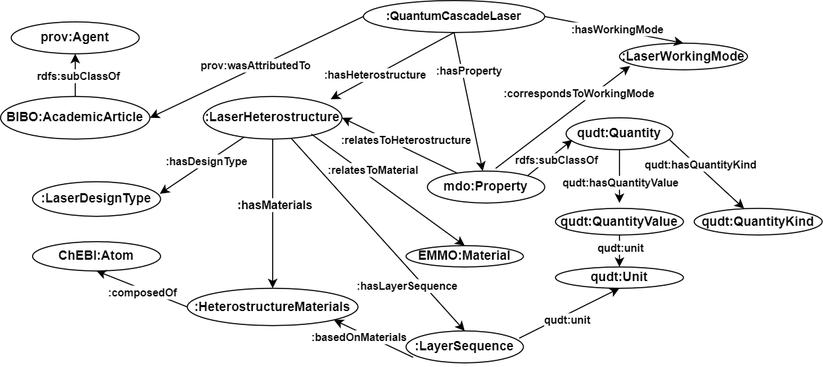
Above: Figures/ontology_v1.png in DeperiasKerre/qcl_Onto (draw.io), before the change. Source tidied: cells renumbered, new cells last; positions are measured from the earlier drawing's top-left corner, leaving out a move shared by most shapes.
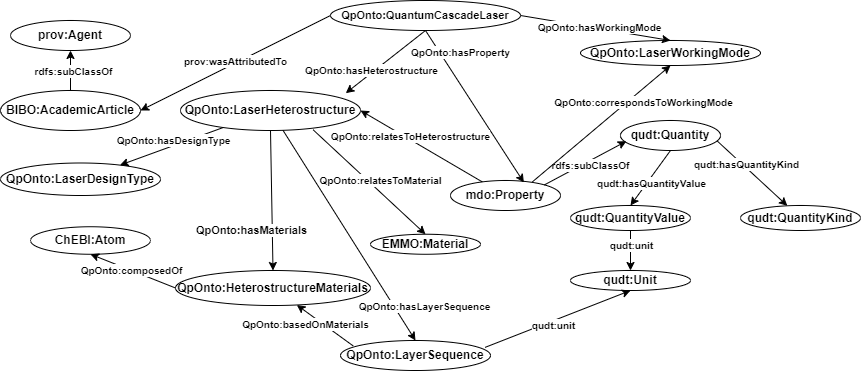
Later version of the same file.

Change to the diagram source:
```diff
@@ -6,17 +6,17 @@
       <mxGeometry x="10" y="20" width="120" height="30" as="geometry" />
     </mxCell>
     <mxCell id="3" value="&lt;b&gt;&lt;font style=&quot;font-size: 12px;&quot;&gt;qudt:Quantity&lt;/font&gt;&lt;/b&gt;" style="ellipse;whiteSpace=wrap;html=1;" parent="1" vertex="1">
-      <mxGeometry x="530" y="110" width="100" height="30" as="geometry" />
+      <mxGeometry x="620" y="120" width="100" height="30" as="geometry" />
     </mxCell>
     <mxCell id="4" value="&lt;b&gt;mdo:Property&lt;/b&gt;" style="ellipse;whiteSpace=wrap;html=1;" parent="1" vertex="1">
-      <mxGeometry x="400" y="160" width="110" height="30" as="geometry" />
+      <mxGeometry x="450" y="180" width="110" height="30" as="geometry" />
     </mxCell>
-    <mxCell id="5" style="endArrow=classic;html=1;rounded=0;exitX=0.5;exitY=1;exitDx=0;exitDy=0;" parent="1" edge="1" source="48" target="4">
+    <mxCell id="5" style="endArrow=classic;html=1;rounded=0;exitX=0.5;exitY=1;exitDx=0;exitDy=0;entryX=0.667;entryY=0.067;entryDx=0;entryDy=0;entryPerimeter=0;" parent="1" edge="1" source="48" target="4">
       <mxGeometry relative="1" as="geometry" />
     </mxCell>
-    <mxCell id="6" value="&lt;font style=&quot;font-size: 10px;&quot;&gt;&lt;b&gt;:hasProperty&lt;/b&gt;&lt;/font&gt;" style="edgeLabel;html=1;align=center;verticalAlign=middle;" parent="5" vertex="1">
+    <mxCell id="6" value="&lt;font style=&quot;font-size: 10px;&quot;&gt;&lt;b&gt;QpOnto:hasProperty&lt;/b&gt;&lt;/font&gt;" style="edgeLabel;html=1;align=center;verticalAlign=middle;" parent="5" vertex="1">
       <mxGeometry x="-0.01" y="-1" relative="1" as="geometry">
-        <mxPoint x="1" y="-29" as="offset" />
+        <mxPoint x="-14" y="-55" as="offset" />
       </mxGeometry>
     </mxCell>
     <mxCell id="7" style="endArrow=classic;html=1;rounded=0;entryX=0.059;entryY=0.69;entryDx=0;entryDy=0;entryPerimeter=0;exitX=1;exitY=0;exitDx=0;exitDy=0;" parent="1" edge="1" source="4" target="3">
@@ -28,18 +28,16 @@
       </mxGeometry>
     </mxCell>
     <mxCell id="9" value="&lt;b&gt;qudt:QuantityKind&lt;/b&gt;" style="ellipse;whiteSpace=wrap;html=1;" parent="1" vertex="1">
-      <mxGeometry x="650" y="195" width="120" height="25" as="geometry" />
+      <mxGeometry x="740" y="205" width="120" height="25" as="geometry" />
     </mxCell>
     <mxCell id="10" value="&lt;b&gt;qudt:QuantityValue&lt;/b&gt;" style="ellipse;whiteSpace=wrap;html=1;" parent="1" vertex="1">
-      <mxGeometry x="520" y="195" width="120" height="25" as="geometry" />
+      <mxGeometry x="570" y="205" width="120" height="25" as="geometry" />
     </mxCell>
     <mxCell id="11" value="&lt;b&gt;qudt:Unit&lt;/b&gt;" style="ellipse;whiteSpace=wrap;html=1;" parent="1" vertex="1">
-      <mxGeometry x="520" y="250" width="120" height="20" as="geometry" />
+      <mxGeometry x="570" y="270" width="120" height="20" as="geometry" />
     </mxCell>
-    <mxCell id="12" style="endArrow=classic;html=1;rounded=0;exitX=0.5;exitY=1;exitDx=0;exitDy=0;" parent="1" edge="1" source="3">
-      <mxGeometry relative="1" as="geometry">
-        <mxPoint x="580" y="190" as="targetPoint" />
-      </mxGeometry>
+    <mxCell id="12" style="endArrow=classic;html=1;rounded=0;exitX=0.5;exitY=1;exitDx=0;exitDy=0;entryX=0.5;entryY=0;entryDx=0;entryDy=0;" parent="1" edge="1" source="3" target="10">
+      <mxGeometry relative="1" as="geometry" />
     </mxCell>
     <mxCell id="13" value="&lt;font style=&quot;font-size: 10px;&quot;&gt;&lt;b&gt;qudt:hasQuantityValue&lt;/b&gt;&lt;/font&gt;" style="edgeLabel;html=1;align=center;verticalAlign=middle;" parent="12" vertex="1">
       <mxGeometry x="-0.04" relative="1" as="geometry">
@@ -67,27 +65,27 @@
     <mxCell id="20" value="&lt;font style=&quot;font-size: 10px;&quot;&gt;&lt;b&gt;rdfs:subClassOf&lt;/b&gt;&lt;/font&gt;" style="edgeLabel;html=1;align=center;verticalAlign=middle;" parent="19" vertex="1">
       <mxGeometry x="-0.02" y="-2" relative="1" as="geometry" />
     </mxCell>
-    <mxCell id="21" value="&lt;b&gt;:LaserHeterostructure&lt;/b&gt;" style="ellipse;whiteSpace=wrap;html=1;" parent="1" vertex="1">
-      <mxGeometry x="190" y="90" width="130" height="40" as="geometry" />
+    <mxCell id="21" value="&lt;b&gt;QpOnto:LaserHeterostructure&lt;/b&gt;" style="ellipse;whiteSpace=wrap;html=1;" parent="1" vertex="1">
+      <mxGeometry x="180" y="90" width="180" height="40" as="geometry" />
     </mxCell>
-    <mxCell id="22" value="&lt;b&gt;:LaserWorkingMode&lt;/b&gt;" style="ellipse;whiteSpace=wrap;html=1;" parent="1" vertex="1">
-      <mxGeometry x="580" y="40" width="120" height="25" as="geometry" />
+    <mxCell id="22" value="&lt;b&gt;QpOnto:LaserWorkingMode&lt;/b&gt;" style="ellipse;whiteSpace=wrap;html=1;" parent="1" vertex="1">
+      <mxGeometry x="580" y="40" width="180" height="25" as="geometry" />
     </mxCell>
     <mxCell id="23" style="endArrow=classic;html=1;rounded=0;exitX=1;exitY=0.5;exitDx=0;exitDy=0;entryX=0.5;entryY=0;entryDx=0;entryDy=0;" parent="1" edge="1" source="48" target="22">
       <mxGeometry relative="1" as="geometry" />
     </mxCell>
-    <mxCell id="24" value="&lt;font style=&quot;font-size: 10px;&quot;&gt;&lt;b style=&quot;&quot;&gt;:hasWorkingMode&lt;/b&gt;&lt;/font&gt;" style="edgeLabel;html=1;align=center;verticalAlign=middle;" parent="23" vertex="1">
+    <mxCell id="24" value="&lt;font style=&quot;font-size: 10px;&quot;&gt;&lt;b style=&quot;&quot;&gt;QpOnto:hasWorkingMode&lt;/b&gt;&lt;/font&gt;" style="edgeLabel;html=1;align=center;verticalAlign=middle;" parent="23" vertex="1">
       <mxGeometry x="0.03" y="1" relative="1" as="geometry">
         <mxPoint x="1" as="offset" />
       </mxGeometry>
     </mxCell>
-    <mxCell id="25" value="&lt;b&gt;:LaserDesignType&lt;/b&gt;" style="ellipse;whiteSpace=wrap;html=1;" parent="1" vertex="1">
-      <mxGeometry x="30" y="170" width="120" height="32.5" as="geometry" />
+    <mxCell id="25" value="&lt;b&gt;QpOnto:LaserDesignType&lt;/b&gt;" style="ellipse;whiteSpace=wrap;html=1;" parent="1" vertex="1">
+      <mxGeometry y="162.5" width="160" height="32.5" as="geometry" />
     </mxCell>
-    <mxCell id="26" style="endArrow=classic;html=1;rounded=0;entryX=0.994;entryY=0.35;entryDx=0;entryDy=0;entryPerimeter=0;" parent="1" edge="1" source="21" target="25">
+    <mxCell id="26" style="endArrow=classic;html=1;rounded=0;" parent="1" edge="1" source="21" target="25">
       <mxGeometry relative="1" as="geometry" />
     </mxCell>
-    <mxCell id="27" value="&lt;font style=&quot;font-size: 10px;&quot;&gt;&lt;b&gt;:hasDesignType&lt;/b&gt;&lt;/font&gt;" style="edgeLabel;html=1;align=center;verticalAlign=middle;" parent="26" vertex="1">
+    <mxCell id="27" value="&lt;font style=&quot;font-size: 10px;&quot;&gt;&lt;b&gt;QpOnto:hasDesignType&lt;/b&gt;&lt;/font&gt;" style="edgeLabel;html=1;align=center;verticalAlign=middle;" parent="26" vertex="1">
       <mxGeometry x="0.23" y="1" relative="1" as="geometry">
         <mxPoint x="12" y="-11" as="offset" />
       </mxGeometry>
@@ -95,9 +93,9 @@
     <mxCell id="28" style="endArrow=classic;html=1;rounded=0;entryX=1;entryY=0.5;entryDx=0;entryDy=0;" parent="1" edge="1" source="4" target="21">
       <mxGeometry relative="1" as="geometry" />
     </mxCell>
-    <mxCell id="29" value="&lt;font style=&quot;font-size: 10px;&quot;&gt;&lt;b&gt;:relatesToHeterostructure&lt;/b&gt;&lt;/font&gt;" style="edgeLabel;html=1;align=center;verticalAlign=middle;" parent="28" vertex="1">
+    <mxCell id="29" value="&lt;font style=&quot;font-size: 10px;&quot;&gt;&lt;b&gt;QpOnto:relatesToHeterostructure&lt;/b&gt;&lt;/font&gt;" style="edgeLabel;html=1;align=center;verticalAlign=middle;" parent="28" vertex="1">
       <mxGeometry x="-0.14" y="1" relative="1" as="geometry">
-        <mxPoint x="-1" y="-10" as="offset" />
+        <mxPoint x="-19" y="-16" as="offset" />
       </mxGeometry>
     </mxCell>
     <mxCell id="30" style="endArrow=classic;html=1;rounded=0;entryX=1;entryY=0.5;entryDx=0;entryDy=0;exitX=0;exitY=0.5;exitDx=0;exitDy=0;" parent="1" edge="1" source="48" target="18">
@@ -107,33 +105,33 @@
       <mxGeometry y="-2" relative="1" as="geometry" />
     </mxCell>
     <mxCell id="32" value="&lt;b&gt;EMMO:Material&lt;/b&gt;" style="ellipse;whiteSpace=wrap;html=1;" parent="1" vertex="1">
-      <mxGeometry x="380" y="230" width="110" height="20" as="geometry" />
+      <mxGeometry x="370" y="233.8" width="110" height="20" as="geometry" />
     </mxCell>
-    <mxCell id="33" style="endArrow=classic;html=1;rounded=0;entryX=0.5;entryY=0;entryDx=0;entryDy=0;exitX=0.779;exitY=0.883;exitDx=0;exitDy=0;exitPerimeter=0;" parent="1" edge="1" source="21" target="32">
+    <mxCell id="33" style="endArrow=classic;html=1;rounded=0;entryX=0.5;entryY=0;entryDx=0;entryDy=0;exitX=0.737;exitY=0.983;exitDx=0;exitDy=0;exitPerimeter=0;" parent="1" edge="1" source="21" target="32">
       <mxGeometry relative="1" as="geometry" />
     </mxCell>
-    <mxCell id="34" value="&lt;font style=&quot;font-size: 10px;&quot;&gt;&lt;b&gt;:relatesToMaterial&lt;/b&gt;&lt;/font&gt;" style="edgeLabel;html=1;align=center;verticalAlign=middle;" parent="33" vertex="1">
+    <mxCell id="34" value="&lt;font style=&quot;font-size: 10px;&quot;&gt;&lt;b&gt;QpOnto:relatesToMaterial&lt;/b&gt;&lt;/font&gt;" style="edgeLabel;html=1;align=center;verticalAlign=middle;" parent="33" vertex="1">
       <mxGeometry x="-0.04" y="1" relative="1" as="geometry">
-        <mxPoint x="-12" y="-16" as="offset" />
+        <mxPoint x="12" y="1" as="offset" />
       </mxGeometry>
     </mxCell>
-    <mxCell id="35" value="&lt;b&gt;:LayerSequence&lt;/b&gt;" style="ellipse;whiteSpace=wrap;html=1;" parent="1" vertex="1">
-      <mxGeometry x="380" y="310" width="110" height="30" as="geometry" />
+    <mxCell id="35" value="&lt;b&gt;QpOnto:LayerSequence&lt;/b&gt;" style="ellipse;whiteSpace=wrap;html=1;" parent="1" vertex="1">
+      <mxGeometry x="340" y="340" width="150" height="30" as="geometry" />
     </mxCell>
     <mxCell id="36" style="endArrow=classic;html=1;rounded=0;entryX=0.5;entryY=0;entryDx=0;entryDy=0;" parent="1" edge="1" source="21" target="35">
       <mxGeometry relative="1" as="geometry" />
     </mxCell>
-    <mxCell id="37" value="&lt;font style=&quot;font-size: 10px;&quot;&gt;&lt;b&gt;:hasLayerSequence&lt;/b&gt;&lt;/font&gt;" style="edgeLabel;html=1;align=center;verticalAlign=middle;" parent="36" vertex="1">
+    <mxCell id="37" value="&lt;font style=&quot;font-size: 10px;&quot;&gt;&lt;b&gt;QpOnto:hasLayerSequence&lt;/b&gt;&lt;/font&gt;" style="edgeLabel;html=1;align=center;verticalAlign=middle;" parent="36" vertex="1">
       <mxGeometry x="0.07" y="3" relative="1" as="geometry">
-        <mxPoint x="19" y="44" as="offset" />
+        <mxPoint x="68" y="65" as="offset" />
       </mxGeometry>
     </mxCell>
-    <mxCell id="38" style="endArrow=classic;html=1;rounded=0;entryX=1;entryY=1;entryDx=0;entryDy=0;exitX=0.061;exitY=0.828;exitDx=0;exitDy=0;exitPerimeter=0;" parent="1" edge="1" source="35" target="42">
+    <mxCell id="38" style="endArrow=classic;html=1;rounded=0;exitX=0.084;exitY=0.178;exitDx=0;exitDy=0;exitPerimeter=0;" parent="1" edge="1" source="35" target="42">
       <mxGeometry relative="1" as="geometry" />
     </mxCell>
-    <mxCell id="39" value="&lt;font style=&quot;font-size: 10px;&quot;&gt;&lt;b&gt;:basedOnMaterials&lt;/b&gt;&lt;/font&gt;" style="edgeLabel;html=1;align=center;verticalAlign=middle;" parent="38" vertex="1">
+    <mxCell id="39" value="&lt;font style=&quot;font-size: 10px;&quot;&gt;&lt;b&gt;QpOnto:basedOnMaterials&lt;/b&gt;&lt;/font&gt;" style="edgeLabel;html=1;align=center;verticalAlign=middle;" parent="38" vertex="1">
       <mxGeometry x="-0.04" y="-2" relative="1" as="geometry">
-        <mxPoint x="-16" as="offset" />
+        <mxPoint x="-22" as="offset" />
       </mxGeometry>
     </mxCell>
     <mxCell id="40" style="endArrow=classic;html=1;rounded=0;entryX=0.5;entryY=1;entryDx=0;entryDy=0;exitX=0.964;exitY=0.229;exitDx=0;exitDy=0;exitPerimeter=0;" parent="1" edge="1" source="35" target="11">
@@ -142,14 +140,16 @@
     <mxCell id="41" value="&lt;font style=&quot;font-size: 10px;&quot;&gt;&lt;b&gt;qudt:unit&lt;/b&gt;&lt;/font&gt;" style="edgeLabel;html=1;align=center;verticalAlign=middle;" parent="40" vertex="1">
       <mxGeometry x="-0.09" y="-4" relative="1" as="geometry" />
     </mxCell>
-    <mxCell id="42" value="&lt;b&gt;:HeterostructureMaterials&lt;/b&gt;" style="ellipse;whiteSpace=wrap;html=1;" parent="1" vertex="1">
-      <mxGeometry x="175" y="270" width="160" height="35" as="geometry" />
+    <mxCell id="42" value="&lt;b&gt;QpOnto:HeterostructureMaterials&lt;/b&gt;" style="ellipse;whiteSpace=wrap;html=1;" parent="1" vertex="1">
+      <mxGeometry x="175" y="270" width="195" height="35" as="geometry" />
     </mxCell>
     <mxCell id="43" style="endArrow=classic;html=1;rounded=0;exitX=0.5;exitY=1;exitDx=0;exitDy=0;entryX=0.5;entryY=0;entryDx=0;entryDy=0;" parent="1" edge="1" source="21" target="42">
       <mxGeometry relative="1" as="geometry" />
     </mxCell>
-    <mxCell id="44" value="&lt;b&gt;:hasMaterials&lt;/b&gt;" style="edgeLabel;html=1;align=center;verticalAlign=middle;" parent="43" vertex="1">
-      <mxGeometry x="-0.12" y="1" relative="1" as="geometry" />
+    <mxCell id="44" value="&lt;b&gt;QpOnto:hasMaterials&lt;/b&gt;" style="edgeLabel;html=1;align=center;verticalAlign=middle;" parent="43" vertex="1">
+      <mxGeometry x="-0.12" y="1" relative="1" as="geometry">
+        <mxPoint x="-22" y="39" as="offset" />
+      </mxGeometry>
     </mxCell>
     <mxCell id="45" value="&lt;b&gt;ChEBI:Atom&lt;/b&gt;" style="ellipse;whiteSpace=wrap;html=1;" parent="1" vertex="1">
       <mxGeometry x="30" y="226.2" width="120" height="27.5" as="geometry" />
@@ -157,24 +157,26 @@
     <mxCell id="46" style="endArrow=classic;html=1;rounded=0;entryX=0.5;entryY=1;entryDx=0;entryDy=0;exitX=0;exitY=0.5;exitDx=0;exitDy=0;" parent="1" edge="1" source="42" target="45">
       <mxGeometry relative="1" as="geometry" />
     </mxCell>
-    <mxCell id="47" value="&lt;font style=&quot;font-size: 10px;&quot;&gt;&lt;b&gt;:composedOf&lt;/b&gt;&lt;/font&gt;" style="edgeLabel;html=1;align=center;verticalAlign=middle;" parent="46" vertex="1">
-      <mxGeometry x="-0.01" y="3" relative="1" as="geometry" />
+    <mxCell id="47" value="&lt;font style=&quot;font-size: 10px;&quot;&gt;&lt;b&gt;QpOnto:composedOf&lt;/b&gt;&lt;/font&gt;" style="edgeLabel;html=1;align=center;verticalAlign=middle;" parent="46" vertex="1">
+      <mxGeometry x="-0.01" y="3" relative="1" as="geometry">
+        <mxPoint x="-2" y="-4" as="offset" />
+      </mxGeometry>
     </mxCell>
-    <mxCell id="48" value="&lt;b&gt;&lt;font style=&quot;font-size: 11px;&quot;&gt;:QuantumCascadeLaser&lt;/font&gt;&lt;/b&gt;" style="ellipse;whiteSpace=wrap;html=1;" parent="1" vertex="1">
-      <mxGeometry x="340" width="170" height="30" as="geometry" />
+    <mxCell id="48" value="&lt;b&gt;&lt;font style=&quot;font-size: 11px;&quot;&gt;QpOnto:QuantumCascadeLaser&lt;/font&gt;&lt;/b&gt;" style="ellipse;whiteSpace=wrap;html=1;" parent="1" vertex="1">
+      <mxGeometry x="330" width="190" height="30" as="geometry" />
     </mxCell>
-    <mxCell id="49" style="endArrow=classic;html=1;rounded=0;entryX=0.083;entryY=0.854;entryDx=0;entryDy=0;exitX=0.582;exitY=-0.083;exitDx=0;exitDy=0;exitPerimeter=0;entryPerimeter=0;" parent="1" edge="1" source="4" target="22">
+    <mxCell id="49" style="endArrow=classic;html=1;rounded=0;entryX=0.5;entryY=1;entryDx=0;entryDy=0;exitX=0.745;exitY=0.044;exitDx=0;exitDy=0;exitPerimeter=0;" parent="1" edge="1" source="4" target="22">
       <mxGeometry relative="1" as="geometry" />
     </mxCell>
-    <mxCell id="50" value="&lt;font style=&quot;font-size: 10px;&quot;&gt;&lt;b&gt;:correspondsToWorkingMode&lt;/b&gt;&lt;/font&gt;" style="edgeLabel;html=1;align=center;verticalAlign=middle;" parent="49" vertex="1">
+    <mxCell id="50" value="&lt;font style=&quot;font-size: 10px;&quot;&gt;&lt;b&gt;QpOnto:correspondsToWorkingMode&lt;/b&gt;&lt;/font&gt;" style="edgeLabel;html=1;align=center;verticalAlign=middle;" parent="49" vertex="1">
       <mxGeometry x="0.23" y="-1" relative="1" as="geometry">
-        <mxPoint y="-13" as="offset" />
+        <mxPoint x="25" y="-9" as="offset" />
       </mxGeometry>
     </mxCell>
     <mxCell id="51" style="endArrow=classic;html=1;rounded=0;exitX=0.5;exitY=1;exitDx=0;exitDy=0;entryX=0.918;entryY=0.067;entryDx=0;entryDy=0;entryPerimeter=0;" parent="1" edge="1" source="48" target="21">
       <mxGeometry relative="1" as="geometry" />
     </mxCell>
-    <mxCell id="52" value="&lt;b&gt;&lt;font style=&quot;font-size: 10px;&quot;&gt;:hasHeterostructure&lt;/font&gt;&lt;/b&gt;" style="edgeLabel;html=1;align=center;verticalAlign=middle;" parent="51" vertex="1">
+    <mxCell id="52" value="&lt;b&gt;&lt;font style=&quot;font-size: 10px;&quot;&gt;QpOnto:hasHeterostructure&lt;/font&gt;&lt;/b&gt;" style="edgeLabel;html=1;align=center;verticalAlign=middle;" parent="51" vertex="1">
       <mxGeometry x="0.14" relative="1" as="geometry">
         <mxPoint x="-9" y="4" as="offset" />
       </mxGeometry>
```
